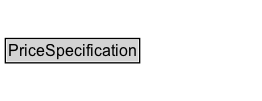
Earlier version of the Graphviz export docs/diagrams/PriceSpecification.dot.png (k-vaughn/ontology-import-gr). Its source is kept beside it as docs/diagrams/PriceSpecification.dot. Source of this version:
```dot
digraph {
	graph [overlap=false rankdir=TB splines=true]
	node [fontname=Arial fontsize=12 margin=0 shape=none]
	edge [fontname=Arial fontsize=11]
	PriceSpecification [label=<<TABLE BORDER="1" CELLBORDER="0" CELLSPACING="0" CELLPADDING="1"><TR><TD BGCOLOR="lightgray" ALIGN="CENTER">PriceSpecification</TD></TR></TABLE>> URL="../PriceSpecification" margin=0]
	{
		rank=max
	}
	subgraph cluster_associated {
		label="" style=invis
		Invis [label=<<TABLE BORDER="0" CELLBORDER="0" CELLSPACING="0" CELLPADDING="1"><TR><TD></TD></TR></TABLE>> margin=0 style=invis]
	}
}
```
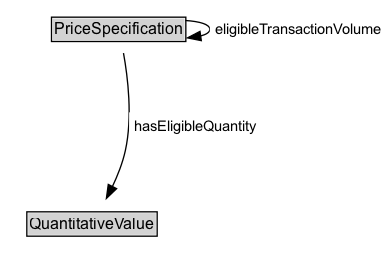
The same file after the commit.

The edit, as a diff of the source:
```diff
@@ -2,12 +2,22 @@
 	graph [overlap=false rankdir=TB splines=true]
 	node [fontname=Arial fontsize=12 margin=0 shape=none]
 	edge [fontname=Arial fontsize=11]
-	PriceSpecification [label=<<TABLE BORDER="1" CELLBORDER="0" CELLSPACING="0" CELLPADDING="1"><TR><TD BGCOLOR="lightgray" ALIGN="CENTER">PriceSpecification</TD></TR></TABLE>> URL="../PriceSpecification" margin=0]
+	{
+		rank=source
+	}
+	PriceSpecification [label=<<TABLE BORDER="1" CELLBORDER="0" CELLSPACING="0" CELLPADDING="1"><TR><TD BGCOLOR="lightgray" ALIGN="CENTER">PriceSpecification</TD></TR><TR><TD ALIGN="LEFT">description : rdfs:Literal</TD></TR><TR><TD ALIGN="LEFT">hasCurrency : xsd:string</TD></TR><TR><TD ALIGN="LEFT">hasCurrencyValue : xsd:float</TD></TR><TR><TD ALIGN="LEFT">hasMaxCurrencyValue : xsd:float</TD></TR><TR><TD ALIGN="LEFT">hasMinCurrencyValue : xsd:float</TD></TR><TR><TD ALIGN="LEFT">name : rdfs:Literal</TD></TR><TR><TD ALIGN="LEFT">validFrom : xsd:dateTime</TD></TR><TR><TD ALIGN="LEFT">validThrough : xsd:dateTime</TD></TR><TR><TD ALIGN="LEFT">valueAddedTaxIncluded : xsd:boolean</TD></TR></TABLE>> URL="../PriceSpecification" margin=0]
 	{
 		rank=max
 	}
 	subgraph cluster_associated {
 		label="" style=invis
 		Invis [label=<<TABLE BORDER="0" CELLBORDER="0" CELLSPACING="0" CELLPADDING="1"><TR><TD></TD></TR></TABLE>> margin=0 style=invis]
+		QuantitativeValue [label=<<TABLE BORDER="1" CELLBORDER="0" CELLSPACING="0" CELLPADDING="1"><TR><TD BGCOLOR="lightgray" ALIGN="CENTER">QuantitativeValue</TD></TR></TABLE>> URL="../QuantitativeValue" margin=0]
 	}
+	PriceSpecification -> Invis [style=invis]
+	Invis -> QuantitativeValue [style=invis]
+	PriceSpecification [label=<<TABLE BORDER="1" CELLBORDER="0" CELLSPACING="0" CELLPADDING="1"><TR><TD BGCOLOR="lightgray" ALIGN="CENTER">PriceSpecification</TD></TR></TABLE>> URL="../PriceSpecification" margin=0]
+	PriceSpecification -> PriceSpecification [label=<<TABLE BORDER="0" CELLBORDER="0" CELLSPACING="0" CELLPADDING="4" BGCOLOR="white"><TR><TD ALIGN="CENTER">eligibleTransactionVolume</TD></TR></TABLE>> arrowhead=normal style=solid]
+	QuantitativeValue [label=<<TABLE BORDER="1" CELLBORDER="0" CELLSPACING="0" CELLPADDING="1"><TR><TD BGCOLOR="lightgray" ALIGN="CENTER">QuantitativeValue</TD></TR></TABLE>> URL="../QuantitativeValue" margin=0]
+	PriceSpecification -> QuantitativeValue [label=<<TABLE BORDER="0" CELLBORDER="0" CELLSPACING="0" CELLPADDING="4" BGCOLOR="white"><TR><TD ALIGN="CENTER">hasEligibleQuantity</TD></TR></TABLE>> arrowhead=normal style=solid]
 }
```
